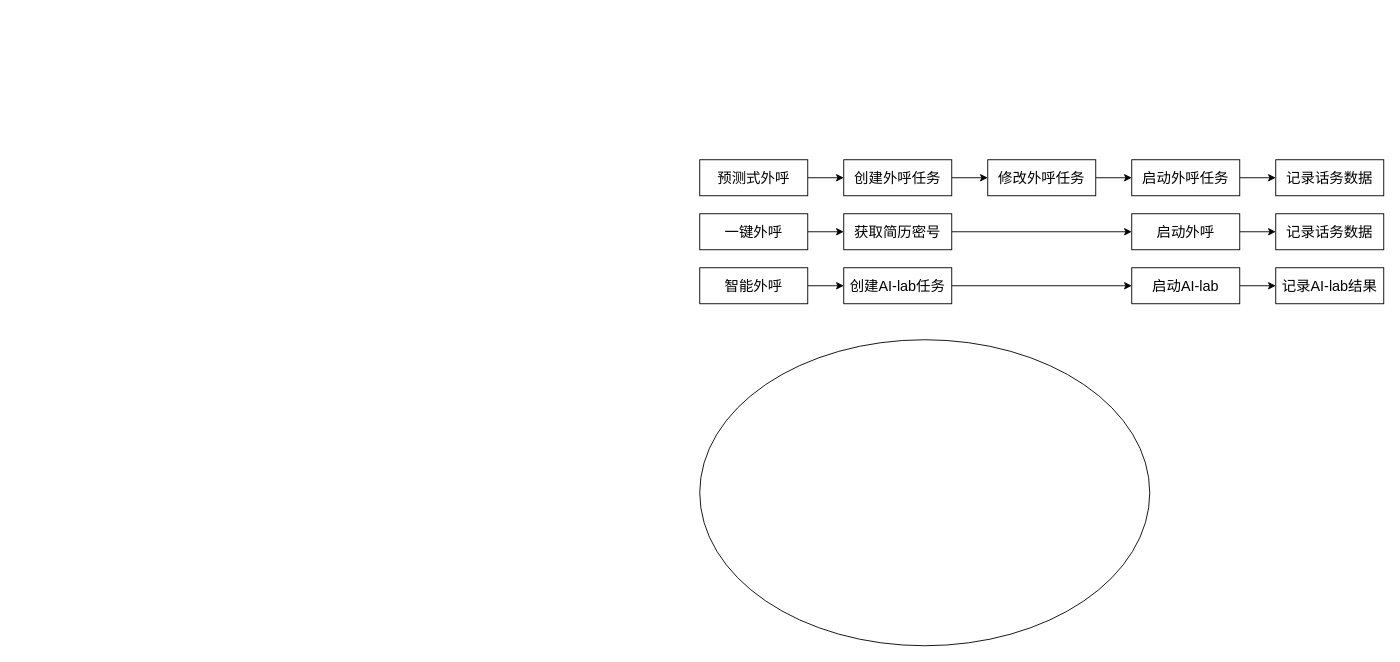
The draw.io diagram 包结构拆分.drawio in LuOyEbY/draw-b, before the edit. Source tidied: cells renumbered, new cells numbered last; positions are measured from the earlier drawing's top-left corner, leaving out a move shared by most shapes. Both pictures are drawn from the tidied source at 90%, with x=0, y=0 at pixel (699, 159).
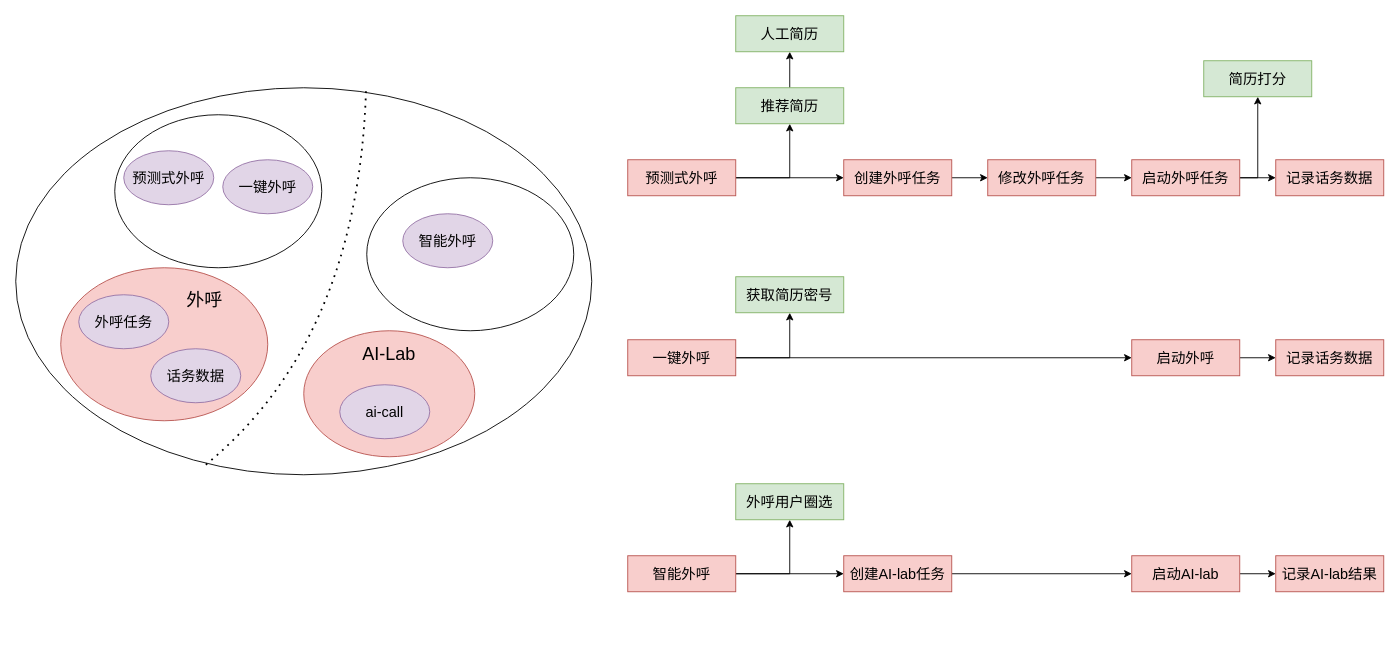
Above is the later version.

Commit message (it also covers changes not shown here):
更新包结构拆分.drawio

The edit, as a diff of the source:
```diff
@@
     <mxCell id="2" style="ellipse;whiteSpace=wrap;html=1;" parent="1" vertex="1">
-      <mxGeometry y="200" width="500" height="340" as="geometry" />
+      <mxGeometry x="-760" y="-80" width="640" height="430" as="geometry" />
     </mxCell>
@@
+    <mxCell id="26" style="edgeStyle=orthogonalEdgeStyle;rounded=0;jettySize=auto;html=1;entryX=0.5;entryY=1;entryDx=0;entryDy=0;" parent="1" edge="1" source="4" target="31">
+      <mxGeometry relative="1" as="geometry">
+        <Array as="points">
+          <mxPoint x="100" y="20" />
+        </Array>
+      </mxGeometry>
+    </mxCell>
-    <mxCell id="4" value="预测式外呼" style="rounded=0;whiteSpace=wrap;html=1;fontSize=16;" parent="1" vertex="1">
-      <mxGeometry width="120" height="40" as="geometry" />
+    <mxCell id="4" value="预测式外呼" style="rounded=0;whiteSpace=wrap;html=1;fontSize=16;fillColor=#f8cecc;strokeColor=#b85450;" parent="1" vertex="1">
+      <mxGeometry x="-80" width="120" height="40" as="geometry" />
     </mxCell>
     <mxCell id="5" style="edgeStyle=orthogonalEdgeStyle;rounded=0;jettySize=auto;html=1;" parent="1" edge="1" source="6" target="17">
-      <mxGeometry relative="1" as="geometry" />
+      <mxGeometry relative="1" as="geometry">
+        <Array as="points">
+          <mxPoint x="100" y="220" />
+        </Array>
+      </mxGeometry>
     </mxCell>
+    <mxCell id="27" style="edgeStyle=orthogonalEdgeStyle;rounded=0;jettySize=auto;html=1;entryX=0;entryY=0.5;entryDx=0;entryDy=0;" parent="1" edge="1" source="6" target="19">
+      <mxGeometry relative="1" as="geometry" />
+    </mxCell>
-    <mxCell id="6" value="一键外呼" style="rounded=0;whiteSpace=wrap;html=1;fontSize=16;" parent="1" vertex="1">
-      <mxGeometry y="60" width="120" height="40" as="geometry" />
+    <mxCell id="6" value="一键外呼" style="rounded=0;whiteSpace=wrap;html=1;fontSize=16;fillColor=#f8cecc;strokeColor=#b85450;" parent="1" vertex="1">
+      <mxGeometry x="-80" y="200" width="120" height="40" as="geometry" />
     </mxCell>
@@
+    <mxCell id="28" style="edgeStyle=orthogonalEdgeStyle;rounded=0;jettySize=auto;html=1;" parent="1" edge="1" source="8" target="33">
+      <mxGeometry relative="1" as="geometry">
+        <Array as="points">
+          <mxPoint x="100" y="460" />
+        </Array>
+      </mxGeometry>
+    </mxCell>
-    <mxCell id="8" value="智能外呼" style="rounded=0;whiteSpace=wrap;html=1;fontSize=16;" parent="1" vertex="1">
-      <mxGeometry y="120" width="120" height="40" as="geometry" />
+    <mxCell id="8" value="智能外呼" style="rounded=0;whiteSpace=wrap;html=1;fontSize=16;fillColor=#f8cecc;strokeColor=#b85450;" parent="1" vertex="1">
+      <mxGeometry x="-80" y="440" width="120" height="40" as="geometry" />
     </mxCell>
@@
-    <mxCell id="10" value="创建外呼任务" style="rounded=0;whiteSpace=wrap;html=1;fontSize=16;" parent="1" vertex="1">
+    <mxCell id="10" value="创建外呼任务" style="rounded=0;whiteSpace=wrap;html=1;fontSize=16;fillColor=#f8cecc;strokeColor=#b85450;" parent="1" vertex="1">
       <mxGeometry x="160" width="120" height="40" as="geometry" />
     </mxCell>
@@
-    <mxCell id="12" value="修改外呼任务" style="rounded=0;whiteSpace=wrap;html=1;fontSize=16;" parent="1" vertex="1">
+    <mxCell id="12" value="修改外呼任务" style="rounded=0;whiteSpace=wrap;html=1;fontSize=16;fillColor=#f8cecc;strokeColor=#b85450;" parent="1" vertex="1">
       <mxGeometry x="320" width="120" height="40" as="geometry" />
     </mxCell>
@@
+    <mxCell id="29" style="edgeStyle=orthogonalEdgeStyle;rounded=0;jettySize=auto;html=1;" parent="1" edge="1" source="14" target="34">
+      <mxGeometry relative="1" as="geometry">
+        <Array as="points">
+          <mxPoint x="620" y="20" />
+        </Array>
+      </mxGeometry>
+    </mxCell>
-    <mxCell id="14" value="启动外呼任务" style="rounded=0;whiteSpace=wrap;html=1;fontSize=16;" parent="1" vertex="1">
+    <mxCell id="14" value="启动外呼任务" style="rounded=0;whiteSpace=wrap;html=1;fontSize=16;fillColor=#f8cecc;strokeColor=#b85450;" parent="1" vertex="1">
       <mxGeometry x="480" width="120" height="40" as="geometry" />
     </mxCell>
-    <mxCell id="15" value="记录话务数据" style="rounded=0;whiteSpace=wrap;html=1;fontSize=16;" parent="1" vertex="1">
+    <mxCell id="15" value="记录话务数据" style="rounded=0;whiteSpace=wrap;html=1;fontSize=16;fillColor=#f8cecc;strokeColor=#b85450;" parent="1" vertex="1">
       <mxGeometry x="640" width="120" height="40" as="geometry" />
     </mxCell>
-    <mxCell id="16" style="edgeStyle=orthogonalEdgeStyle;rounded=0;jettySize=auto;html=1;" parent="1" edge="1" source="17" target="19">
-      <mxGeometry relative="1" as="geometry" />
-    </mxCell>
-    <mxCell id="17" value="获取简历密号" style="rounded=0;whiteSpace=wrap;html=1;fontSize=16;" parent="1" vertex="1">
-      <mxGeometry x="160" y="60" width="120" height="40" as="geometry" />
-    </mxCell>
@@
-    <mxCell id="19" value="启动外呼" style="rounded=0;whiteSpace=wrap;html=1;fontSize=16;" parent="1" vertex="1">
-      <mxGeometry x="480" y="60" width="120" height="40" as="geometry" />
+    <mxCell id="19" value="启动外呼" style="rounded=0;whiteSpace=wrap;html=1;fontSize=16;fillColor=#f8cecc;strokeColor=#b85450;" parent="1" vertex="1">
+      <mxGeometry x="480" y="200" width="120" height="40" as="geometry" />
     </mxCell>
-    <mxCell id="20" value="记录话务数据" style="rounded=0;whiteSpace=wrap;html=1;fontSize=16;" parent="1" vertex="1">
-      <mxGeometry x="640" y="60" width="120" height="40" as="geometry" />
+    <mxCell id="20" value="记录话务数据" style="rounded=0;whiteSpace=wrap;html=1;fontSize=16;fillColor=#f8cecc;strokeColor=#b85450;" parent="1" vertex="1">
+      <mxGeometry x="640" y="200" width="120" height="40" as="geometry" />
     </mxCell>
@@
-    <mxCell id="22" value="创建AI-lab任务" style="rounded=0;whiteSpace=wrap;html=1;fontSize=16;" parent="1" vertex="1">
-      <mxGeometry x="160" y="120" width="120" height="40" as="geometry" />
+    <mxCell id="22" value="创建AI-lab任务" style="rounded=0;whiteSpace=wrap;html=1;fontSize=16;fillColor=#f8cecc;strokeColor=#b85450;" parent="1" vertex="1">
+      <mxGeometry x="160" y="440" width="120" height="40" as="geometry" />
     </mxCell>
@@
-    <mxCell id="24" value="启动AI-lab" style="rounded=0;whiteSpace=wrap;html=1;fontSize=16;" parent="1" vertex="1">
-      <mxGeometry x="480" y="120" width="120" height="40" as="geometry" />
+    <mxCell id="24" value="启动AI-lab" style="rounded=0;whiteSpace=wrap;html=1;fontSize=16;fillColor=#f8cecc;strokeColor=#b85450;" parent="1" vertex="1">
+      <mxGeometry x="480" y="440" width="120" height="40" as="geometry" />
     </mxCell>
-    <mxCell id="25" value="记录AI-lab结果" style="rounded=0;whiteSpace=wrap;html=1;fontSize=16;" parent="1" vertex="1">
-      <mxGeometry x="640" y="120" width="120" height="40" as="geometry" />
+    <mxCell id="25" value="记录AI-lab结果" style="rounded=0;whiteSpace=wrap;html=1;fontSize=16;fillColor=#f8cecc;strokeColor=#b85450;" parent="1" vertex="1">
+      <mxGeometry x="640" y="440" width="120" height="40" as="geometry" />
     </mxCell>
+    <mxCell id="30" style="edgeStyle=orthogonalEdgeStyle;rounded=0;jettySize=auto;html=1;" parent="1" edge="1" source="31" target="32">
+      <mxGeometry relative="1" as="geometry" />
+    </mxCell>
+    <mxCell id="31" value="推荐简历" style="rounded=0;whiteSpace=wrap;html=1;fontSize=16;fillColor=#d5e8d4;strokeColor=#82b366;" parent="1" vertex="1">
+      <mxGeometry x="40" y="-80" width="120" height="40" as="geometry" />
+    </mxCell>
+    <mxCell id="32" value="人工简历" style="rounded=0;whiteSpace=wrap;html=1;fontSize=16;fillColor=#d5e8d4;strokeColor=#82b366;" parent="1" vertex="1">
+      <mxGeometry x="40" y="-160" width="120" height="40" as="geometry" />
+    </mxCell>
+    <mxCell id="17" value="获取简历密号" style="rounded=0;whiteSpace=wrap;html=1;fontSize=16;fillColor=#d5e8d4;strokeColor=#82b366;" parent="1" vertex="1">
+      <mxGeometry x="40" y="130" width="120" height="40" as="geometry" />
+    </mxCell>
+    <mxCell id="33" value="外呼用户圈选" style="rounded=0;whiteSpace=wrap;html=1;fontSize=16;fillColor=#d5e8d4;strokeColor=#82b366;" parent="1" vertex="1">
+      <mxGeometry x="40" y="360" width="120" height="40" as="geometry" />
+    </mxCell>
+    <mxCell id="34" value="简历打分" style="rounded=0;whiteSpace=wrap;html=1;fontSize=16;fillColor=#d5e8d4;strokeColor=#82b366;" parent="1" vertex="1">
+      <mxGeometry x="560" y="-110" width="120" height="40" as="geometry" />
+    </mxCell>
+    <mxCell id="35" style="endArrow=none;dashed=1;html=1;dashPattern=1 3;strokeWidth=2;rounded=0;entryX=0.608;entryY=0.009;entryDx=0;entryDy=0;entryPerimeter=0;exitX=0.33;exitY=0.974;exitDx=0;exitDy=0;exitPerimeter=0;edgeStyle=orthogonalEdgeStyle;curved=1;" parent="1" edge="1" source="2" target="2">
+      <mxGeometry relative="1" as="geometry">
+        <Array as="points">
+          <mxPoint x="-380" y="200" />
+        </Array>
+      </mxGeometry>
+    </mxCell>
+    <mxCell id="36" style="ellipse;whiteSpace=wrap;html=1;" parent="1" vertex="1">
+      <mxGeometry x="-650" y="-50" width="230" height="170" as="geometry" />
+    </mxCell>
+    <mxCell id="37" value="预测式外呼" style="ellipse;whiteSpace=wrap;html=1;fontSize=16;fillColor=#e1d5e7;strokeColor=#9673a6;" parent="1" vertex="1">
+      <mxGeometry x="-640" y="-10" width="100" height="60" as="geometry" />
+    </mxCell>
+    <mxCell id="38" value="一键外呼" style="ellipse;whiteSpace=wrap;html=1;fontSize=16;fillColor=#e1d5e7;strokeColor=#9673a6;" parent="1" vertex="1">
+      <mxGeometry x="-530" width="100" height="60" as="geometry" />
+    </mxCell>
+    <mxCell id="39" style="ellipse;whiteSpace=wrap;html=1;" parent="1" vertex="1">
+      <mxGeometry x="-370" y="20" width="230" height="170" as="geometry" />
+    </mxCell>
+    <mxCell id="40" value="智能外呼" style="ellipse;whiteSpace=wrap;html=1;fontSize=16;fillColor=#e1d5e7;strokeColor=#9673a6;" parent="1" vertex="1">
+      <mxGeometry x="-330" y="60" width="100" height="60" as="geometry" />
+    </mxCell>
+    <mxCell id="41" style="ellipse;whiteSpace=wrap;html=1;fillColor=#f8cecc;strokeColor=#b85450;" parent="1" vertex="1">
+      <mxGeometry x="-710" y="120" width="230" height="170" as="geometry" />
+    </mxCell>
+    <mxCell id="42" value="外呼任务" style="ellipse;whiteSpace=wrap;html=1;fontSize=16;fillColor=#e1d5e7;strokeColor=#9673a6;" parent="1" vertex="1">
+      <mxGeometry x="-690" y="150" width="100" height="60" as="geometry" />
+    </mxCell>
+    <mxCell id="43" value="话务数据" style="ellipse;whiteSpace=wrap;html=1;fontSize=16;fillColor=#e1d5e7;strokeColor=#9673a6;" parent="1" vertex="1">
+      <mxGeometry x="-610" y="210" width="100" height="60" as="geometry" />
+    </mxCell>
+    <mxCell id="44" style="ellipse;whiteSpace=wrap;html=1;fillColor=#f8cecc;strokeColor=#b85450;" parent="1" vertex="1">
+      <mxGeometry x="-440" y="190" width="190" height="140" as="geometry" />
+    </mxCell>
+    <mxCell id="45" value="ai-call" style="ellipse;whiteSpace=wrap;html=1;fontSize=16;fillColor=#e1d5e7;strokeColor=#9673a6;" parent="1" vertex="1">
+      <mxGeometry x="-400" y="250" width="100" height="60" as="geometry" />
+    </mxCell>
+    <mxCell id="46" value="外呼" style="text;html=1;strokeColor=none;fillColor=none;align=center;verticalAlign=middle;whiteSpace=wrap;rounded=0;fontSize=20;" parent="1" vertex="1">
+      <mxGeometry x="-580" y="140" width="60" height="30" as="geometry" />
+    </mxCell>
+    <mxCell id="47" value="AI-Lab&lt;br&gt;" style="text;html=1;strokeColor=none;fillColor=none;align=center;verticalAlign=middle;whiteSpace=wrap;rounded=0;fontSize=20;" parent="1" vertex="1">
+      <mxGeometry x="-390" y="200" width="90" height="30" as="geometry" />
+    </mxCell>
```
